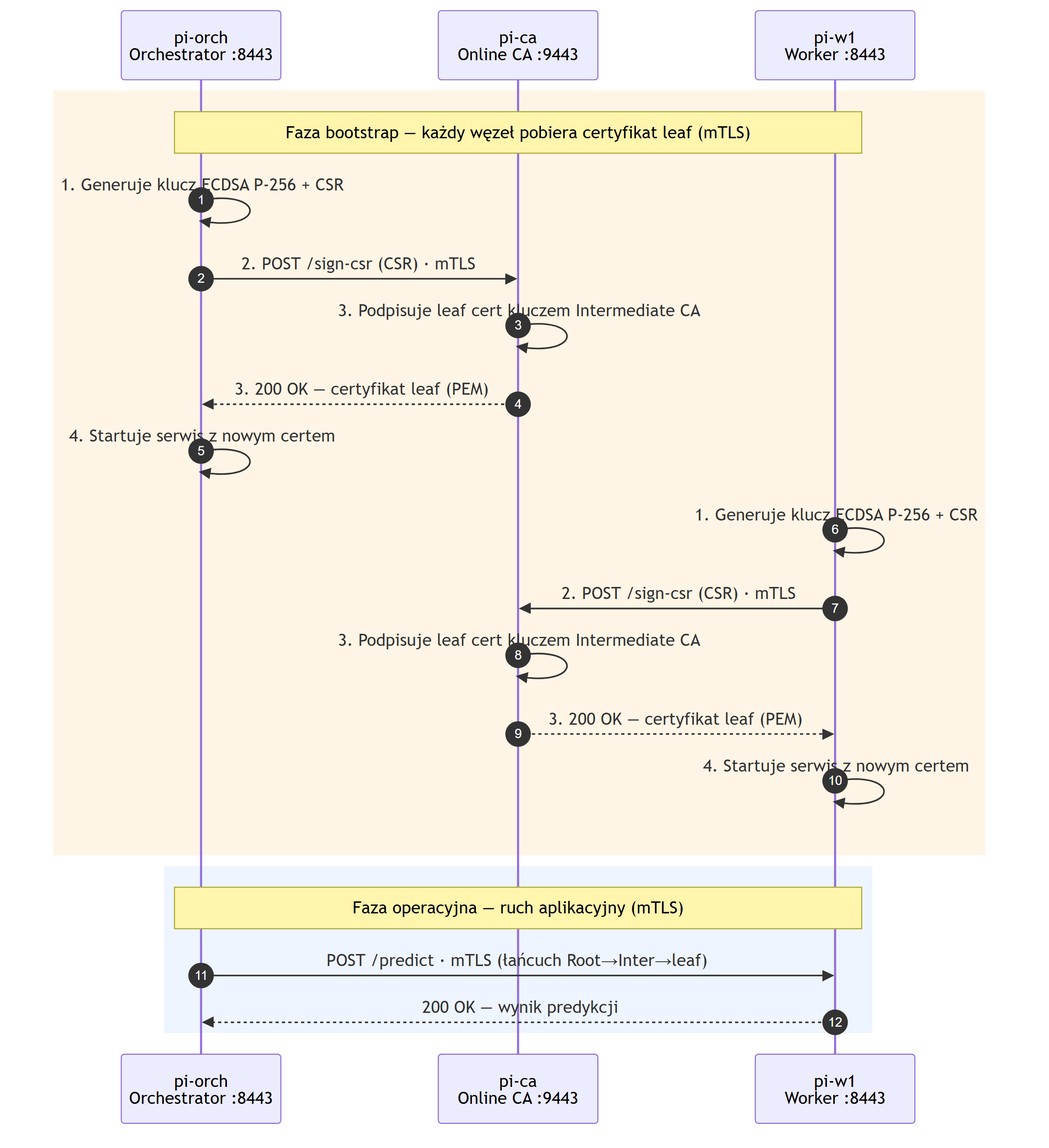
Above: docs/flow.png in plpabla/rpi-cluster (Mermaid), before the change. Its source is kept beside it as docs/flow.mmd.
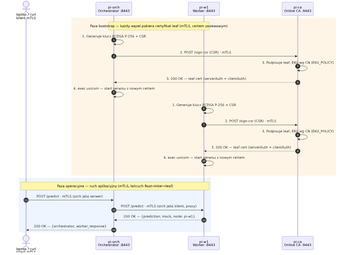
After the change.

What changed in the source:
```diff
@@ -1,26 +1,29 @@
 sequenceDiagram
     autonumber
+    actor C as laptop / curl<br/>klient mTLS
     participant O as pi-orch<br/>Orchestrator :8443
+    participant W as pi-w1<br/>Worker :8443
     participant CA as pi-ca<br/>Online CA :9443
-    participant W as pi-w1<br/>Worker :8443
 
     rect rgb(255,245,230)
-    Note over O,W: Faza bootstrap — każdy węzeł pobiera certyfikat leaf (mTLS)
+    Note over O,W: Faza bootstrap — każdy węzeł pobiera certyfikat leaf (mTLS, certem zasiewowym)
     O->>O: 1. Generuje klucz ECDSA P-256 + CSR
     O->>CA: 2. POST /sign-csr (CSR) · mTLS
-    CA->>CA: 3. Podpisuje leaf cert kluczem Intermediate CA
-    CA-->>O: 3. 200 OK — certyfikat leaf (PEM)
-    O->>O: 4. Startuje serwis z nowym certem
+    CA->>CA: 3. Podpisuje leaf, EKU wg CN (EKU_POLICY)
+    CA-->>O: 3. 200 OK — leaf cert (serverAuth + clientAuth)
+    O->>O: 4. exec uvicorn — start serwisu z nowym certem
 
     W->>W: 1. Generuje klucz ECDSA P-256 + CSR
     W->>CA: 2. POST /sign-csr (CSR) · mTLS
-    CA->>CA: 3. Podpisuje leaf cert kluczem Intermediate CA
-    CA-->>W: 3. 200 OK — certyfikat leaf (PEM)
-    W->>W: 4. Startuje serwis z nowym certem
+    CA->>CA: 3. Podpisuje leaf, EKU wg CN (EKU_POLICY)
+    CA-->>W: 3. 200 OK — leaf cert (serverAuth + clientAuth)
+    W->>W: 4. exec uvicorn — start serwisu z nowym certem
     end
 
     rect rgb(238,245,255)
-    Note over O,W: Faza operacyjna — ruch aplikacyjny (mTLS)
-    O->>W: POST /predict · mTLS (łańcuch Root→Inter→leaf)
-    W-->>O: 200 OK — wynik predykcji
+    Note over C,W: Faza operacyjna — ruch aplikacyjny (mTLS, łańcuch Root→Inter→leaf)
+    C->>O: POST /predict · mTLS (orch jako serwer)
+    O->>W: POST /predict · mTLS (orch jako klient, proxy)
+    W-->>O: 200 OK — {prediction: mock, node: pi-w1}
+    O-->>C: 200 OK — {orchestrator, worker_response}
     end
```
